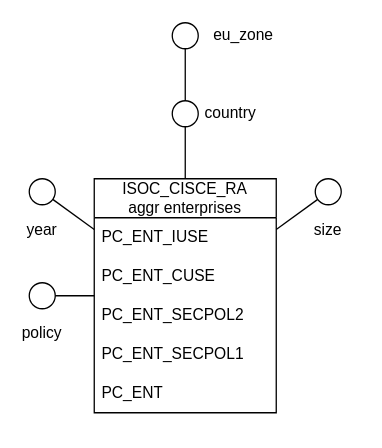
Before: page "isoc_cisce_ra" (1 of 5) of figures/dfm.drawio in amanfucci/sistemi-informativi, a draw.io diagram. Source tidied: cells renumbered, new cells numbered last; positions are measured from the earlier drawing's top-left corner, leaving out a move shared by most shapes. Both pictures are drawn from the tidied source at 130%, with x=0, y=0 at pixel (22, 22).
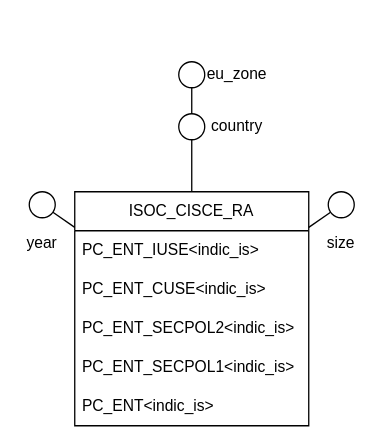
After the change.

Diff of the diagram source:
```diff
@@
-    <mxCell id="2" style="edgeStyle=orthogonalEdgeStyle;rounded=0;jettySize=auto;html=1;endArrow=none;endFill=0;" parent="1" edge="1" source="3" target="10">
-      <mxGeometry relative="1" as="geometry" />
-    </mxCell>
-    <mxCell id="3" value="ISOC_CISCE_RA&lt;div&gt;aggr enterprises&lt;/div&gt;" style="swimlane;fontStyle=0;horizontal=1;startSize=30;whiteSpace=wrap;html=1;" parent="1" vertex="1">
-      <mxGeometry x="55" y="120" width="140" height="180" as="geometry" />
+    <mxCell id="3" value="ISOC_CISCE_RA" style="swimlane;fontStyle=0;horizontal=1;startSize=30;whiteSpace=wrap;html=1;" parent="1" vertex="1">
+      <mxGeometry x="40" y="130" width="180" height="180" as="geometry" />
     </mxCell>
-    <mxCell id="4" value="PC_ENT_IUSE" style="text;strokeColor=none;fillColor=none;align=left;verticalAlign=middle;spacingLeft=4;spacingRight=4;overflow=hidden;whiteSpace=wrap;html=1;" parent="3" vertex="1">
-      <mxGeometry y="30" width="140" height="30" as="geometry" />
+    <mxCell id="4" value="PC_ENT_IUSE&amp;lt;indic_is&amp;gt;" style="text;strokeColor=none;fillColor=none;align=left;verticalAlign=middle;spacingLeft=4;spacingRight=4;overflow=hidden;whiteSpace=wrap;html=1;" parent="3" vertex="1">
+      <mxGeometry y="30" width="180" height="30" as="geometry" />
     </mxCell>
-    <mxCell id="5" value="PC_ENT_CUSE" style="text;strokeColor=none;fillColor=none;align=left;verticalAlign=middle;spacingLeft=4;spacingRight=4;overflow=hidden;whiteSpace=wrap;html=1;" parent="3" vertex="1">
-      <mxGeometry y="60" width="140" height="30" as="geometry" />
+    <mxCell id="5" value="PC_ENT_CUSE&amp;lt;indic_is&amp;gt;" style="text;strokeColor=none;fillColor=none;align=left;verticalAlign=middle;spacingLeft=4;spacingRight=4;overflow=hidden;whiteSpace=wrap;html=1;" parent="3" vertex="1">
+      <mxGeometry y="60" width="180" height="30" as="geometry" />
     </mxCell>
-    <mxCell id="6" value="PC_ENT_SECPOL2" style="text;strokeColor=none;fillColor=none;align=left;verticalAlign=middle;spacingLeft=4;spacingRight=4;overflow=hidden;whiteSpace=wrap;html=1;" parent="3" vertex="1">
-      <mxGeometry y="90" width="140" height="30" as="geometry" />
+    <mxCell id="6" value="PC_ENT_SECPOL2&amp;lt;indic_is&amp;gt;" style="text;strokeColor=none;fillColor=none;align=left;verticalAlign=middle;spacingLeft=4;spacingRight=4;overflow=hidden;whiteSpace=wrap;html=1;" parent="3" vertex="1">
+      <mxGeometry y="90" width="180" height="30" as="geometry" />
     </mxCell>
-    <mxCell id="7" value="PC_ENT_SECPOL1" style="text;strokeColor=none;fillColor=none;align=left;verticalAlign=middle;spacingLeft=4;spacingRight=4;overflow=hidden;whiteSpace=wrap;html=1;" parent="3" vertex="1">
-      <mxGeometry y="120" width="140" height="30" as="geometry" />
+    <mxCell id="7" value="PC_ENT_SECPOL1&amp;lt;indic_is&amp;gt;" style="text;strokeColor=none;fillColor=none;align=left;verticalAlign=middle;spacingLeft=4;spacingRight=4;overflow=hidden;whiteSpace=wrap;html=1;" parent="3" vertex="1">
+      <mxGeometry y="120" width="180" height="30" as="geometry" />
     </mxCell>
-    <mxCell id="8" value="PC_ENT" style="text;strokeColor=none;fillColor=none;align=left;verticalAlign=middle;spacingLeft=4;spacingRight=4;overflow=hidden;whiteSpace=wrap;html=1;" parent="3" vertex="1">
-      <mxGeometry y="150" width="140" height="30" as="geometry" />
+    <mxCell id="8" value="PC_ENT&amp;lt;indic_is&amp;gt;" style="text;strokeColor=none;fillColor=none;align=left;verticalAlign=middle;spacingLeft=4;spacingRight=4;overflow=hidden;whiteSpace=wrap;html=1;" parent="3" vertex="1">
+      <mxGeometry y="150" width="180" height="30" as="geometry" />
     </mxCell>
     <mxCell id="9" style="ellipse;whiteSpace=wrap;html=1;" parent="1" vertex="1">
-      <mxGeometry x="5" y="120" width="20" height="20" as="geometry" />
+      <mxGeometry x="5" y="130" width="20" height="20" as="geometry" />
     </mxCell>
     <mxCell id="10" style="ellipse;whiteSpace=wrap;html=1;" parent="1" vertex="1">
-      <mxGeometry x="115" y="60" width="20" height="20" as="geometry" />
+      <mxGeometry x="120" y="70" width="20" height="20" as="geometry" />
     </mxCell>
     <mxCell id="11" value="country" style="text;html=1;whiteSpace=wrap;strokeColor=none;fillColor=none;align=center;verticalAlign=middle;rounded=0;" parent="1" vertex="1">
-      <mxGeometry x="145" y="60" width="30" height="20" as="geometry" />
+      <mxGeometry x="150" y="70" width="30" height="20" as="geometry" />
     </mxCell>
     <mxCell id="12" value="year" style="text;html=1;whiteSpace=wrap;strokeColor=none;fillColor=none;align=center;verticalAlign=middle;rounded=0;" parent="1" vertex="1">
-      <mxGeometry y="150" width="30" height="20" as="geometry" />
+      <mxGeometry y="160" width="30" height="20" as="geometry" />
     </mxCell>
@@
     <mxCell id="14" style="ellipse;whiteSpace=wrap;html=1;" parent="1" vertex="1">
-      <mxGeometry x="225" y="120" width="20" height="20" as="geometry" />
+      <mxGeometry x="235" y="130" width="20" height="20" as="geometry" />
     </mxCell>
@@
     <mxCell id="16" value="size" style="text;html=1;whiteSpace=wrap;strokeColor=none;fillColor=none;align=center;verticalAlign=middle;rounded=0;" parent="1" vertex="1">
-      <mxGeometry x="220" y="150" width="30" height="20" as="geometry" />
+      <mxGeometry x="230" y="160" width="30" height="20" as="geometry" />
     </mxCell>
     <mxCell id="17" style="ellipse;whiteSpace=wrap;html=1;" parent="1" vertex="1">
-      <mxGeometry x="115" width="20" height="20" as="geometry" />
+      <mxGeometry x="120" y="30" width="20" height="20" as="geometry" />
     </mxCell>
     <mxCell id="18" value="eu_zone" style="text;html=1;whiteSpace=wrap;strokeColor=none;fillColor=none;align=center;verticalAlign=middle;rounded=0;" parent="1" vertex="1">
-      <mxGeometry x="155" width="30" height="20" as="geometry" />
+      <mxGeometry x="150" y="30" width="30" height="20" as="geometry" />
     </mxCell>
@@
-    <mxCell id="20" style="ellipse;whiteSpace=wrap;html=1;" parent="1" vertex="1">
-      <mxGeometry x="5" y="200" width="20" height="20" as="geometry" />
-    </mxCell>
-    <mxCell id="21" value="policy" style="text;html=1;whiteSpace=wrap;strokeColor=none;fillColor=none;align=center;verticalAlign=middle;rounded=0;" parent="1" vertex="1">
-      <mxGeometry y="229" width="30" height="20" as="geometry" />
-    </mxCell>
-    <mxCell id="22" style="endArrow=none;html=1;rounded=0;" parent="1" edge="1" source="20" target="3">
-      <mxGeometry relative="1" as="geometry" />
-    </mxCell>
+    <mxCell id="2" style="endArrow=none;html=1;rounded=0;" parent="1" edge="1" source="3" target="10">
+      <mxGeometry relative="1" as="geometry" />
+    </mxCell>
```
